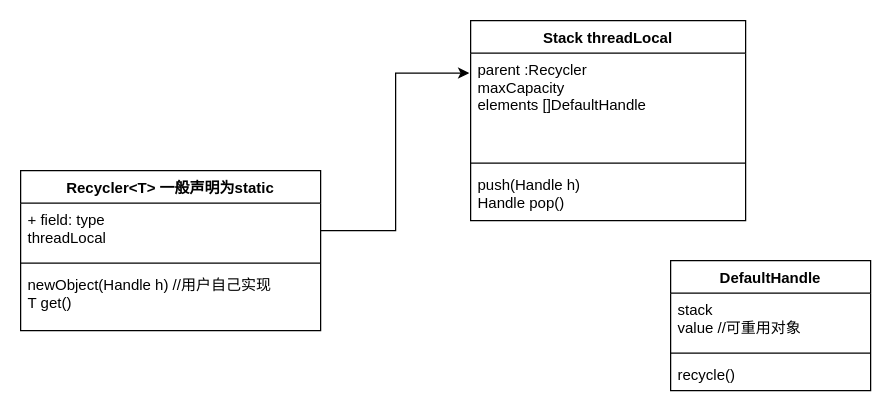
Earlier version of the draw.io diagram netty.drawio (MihirrajDixit/drawio). Source tidied: cells renumbered, new cells numbered last; positions are measured from the earlier drawing's top-left corner, leaving out a move shared by most shapes. Both pictures are drawn from the tidied source at 125%, with x=0, y=0 at pixel (20, 20).
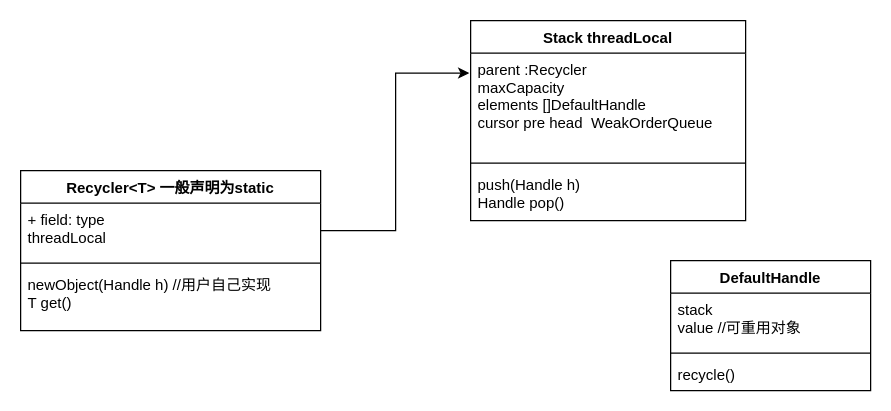
The same page after the edit.

The edit, as a diff of the source:
```diff
@@
 <mxGraphModel>
   <root>
     <mxCell id="0" />
     <mxCell id="1" parent="0" />
     <mxCell id="2" value="DefaultHandle" style="swimlane;fontStyle=1;align=center;verticalAlign=top;horizontal=1;startSize=26;" parent="1" vertex="1">
       <mxGeometry x="520" y="192" width="160" height="104" as="geometry" />
     </mxCell>
     <mxCell id="3" value="stack&#10;value //可重用对象" style="text;strokeColor=none;fillColor=none;align=left;verticalAlign=top;spacingLeft=4;spacingRight=4;overflow=hidden;" parent="2" vertex="1">
       <mxGeometry y="26" width="160" height="44" as="geometry" />
     </mxCell>
     <mxCell id="4" style="line;strokeWidth=1;fillColor=none;align=left;verticalAlign=middle;spacingTop=-1;spacingLeft=3;spacingRight=3;labelPosition=right;" parent="2" vertex="1">
       <mxGeometry y="70" width="160" height="8" as="geometry" />
     </mxCell>
     <mxCell id="5" value="recycle()" style="text;strokeColor=none;fillColor=none;align=left;verticalAlign=top;spacingLeft=4;spacingRight=4;overflow=hidden;" parent="2" vertex="1">
       <mxGeometry y="78" width="160" height="26" as="geometry" />
     </mxCell>
     <mxCell id="6" value="Recycler&lt;T&gt; 一般声明为static" style="swimlane;fontStyle=1;align=center;verticalAlign=top;horizontal=1;startSize=26;" parent="1" vertex="1">
       <mxGeometry y="120" width="240" height="128" as="geometry" />
     </mxCell>
     <mxCell id="7" value="+ field: type&#10;threadLocal" style="text;strokeColor=none;fillColor=none;align=left;verticalAlign=top;spacingLeft=4;spacingRight=4;overflow=hidden;points=[[0,0.5],[1,0.5]];portConstraint=eastwest;" parent="6" vertex="1">
       <mxGeometry y="26" width="240" height="44" as="geometry" />
     </mxCell>
     <mxCell id="8" style="line;strokeWidth=1;fillColor=none;align=left;verticalAlign=middle;spacingTop=-1;spacingLeft=3;spacingRight=3;labelPosition=right;" parent="6" vertex="1">
       <mxGeometry y="70" width="240" height="8" as="geometry" />
     </mxCell>
     <mxCell id="9" value="newObject(Handle h) //用户自己实现&#10;T get()" style="text;strokeColor=none;fillColor=none;align=left;verticalAlign=top;spacingLeft=4;spacingRight=4;overflow=hidden;" parent="6" vertex="1">
       <mxGeometry y="78" width="240" height="50" as="geometry" />
     </mxCell>
     <mxCell id="10" value="Stack threadLocal" style="swimlane;fontStyle=1;align=center;verticalAlign=top;horizontal=1;startSize=26;" parent="1" vertex="1">
       <mxGeometry x="360" width="220" height="160" as="geometry" />
     </mxCell>
-    <mxCell id="11" value="parent :Recycler&#10;maxCapacity&#10;elements []DefaultHandle" style="text;strokeColor=none;fillColor=none;align=left;verticalAlign=top;spacingLeft=4;spacingRight=4;overflow=hidden;points=[[0,0.5],[1,0.5]];portConstraint=eastwest;" parent="10" vertex="1">
+    <mxCell id="11" value="parent :Recycler&#10;maxCapacity&#10;elements []DefaultHandle&#10;cursor pre head  WeakOrderQueue" style="text;strokeColor=none;fillColor=none;align=left;verticalAlign=top;spacingLeft=4;spacingRight=4;overflow=hidden;points=[[0,0.5],[1,0.5]];portConstraint=eastwest;" parent="10" vertex="1">
       <mxGeometry y="26" width="220" height="84" as="geometry" />
     </mxCell>
     <mxCell id="12" style="line;strokeWidth=1;fillColor=none;align=left;verticalAlign=middle;spacingTop=-1;spacingLeft=3;spacingRight=3;labelPosition=right;" parent="10" vertex="1">
       <mxGeometry y="110" width="220" height="8" as="geometry" />
     </mxCell>
     <mxCell id="13" value="push(Handle h)&#10;Handle pop()" style="text;strokeColor=none;fillColor=none;align=left;verticalAlign=top;spacingLeft=4;spacingRight=4;overflow=hidden;" parent="10" vertex="1">
       <mxGeometry y="118" width="220" height="42" as="geometry" />
     </mxCell>
     <mxCell id="14" style="edgeStyle=orthogonalEdgeStyle;rounded=0;jettySize=auto;html=1;exitX=1;exitY=0.5;exitDx=0;exitDy=0;entryX=-0.005;entryY=0.19;entryDx=0;entryDy=0;entryPerimeter=0;" parent="1" edge="1" source="7" target="11">
       <mxGeometry relative="1" as="geometry" />
     </mxCell>
   </root>
 </mxGraphModel>
```
